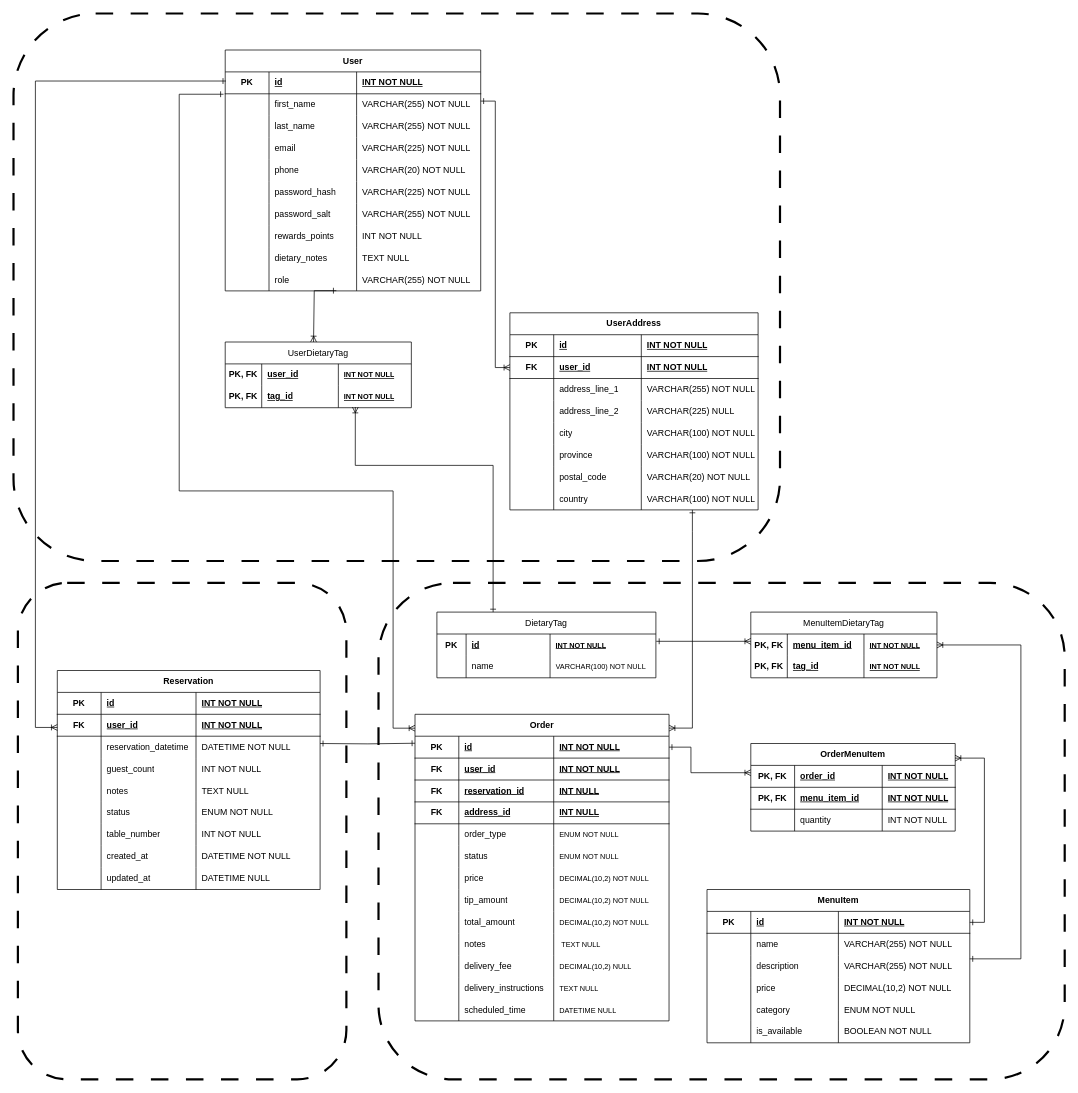
Before: page "Version 3" (1 of 3) of docs/ERD.drawio in Web-Development-UAlberta/exsm-3951-exsm-3943-spring-2025-python-c-project-team-restaurant-c, a draw.io diagram. Source tidied: cells renumbered, new cells numbered last; positions are measured from the earlier drawing's top-left corner, leaving out a move shared by most shapes. Both pictures are drawn from the tidied source at 73%, with x=0, y=0 at pixel (13, 13).
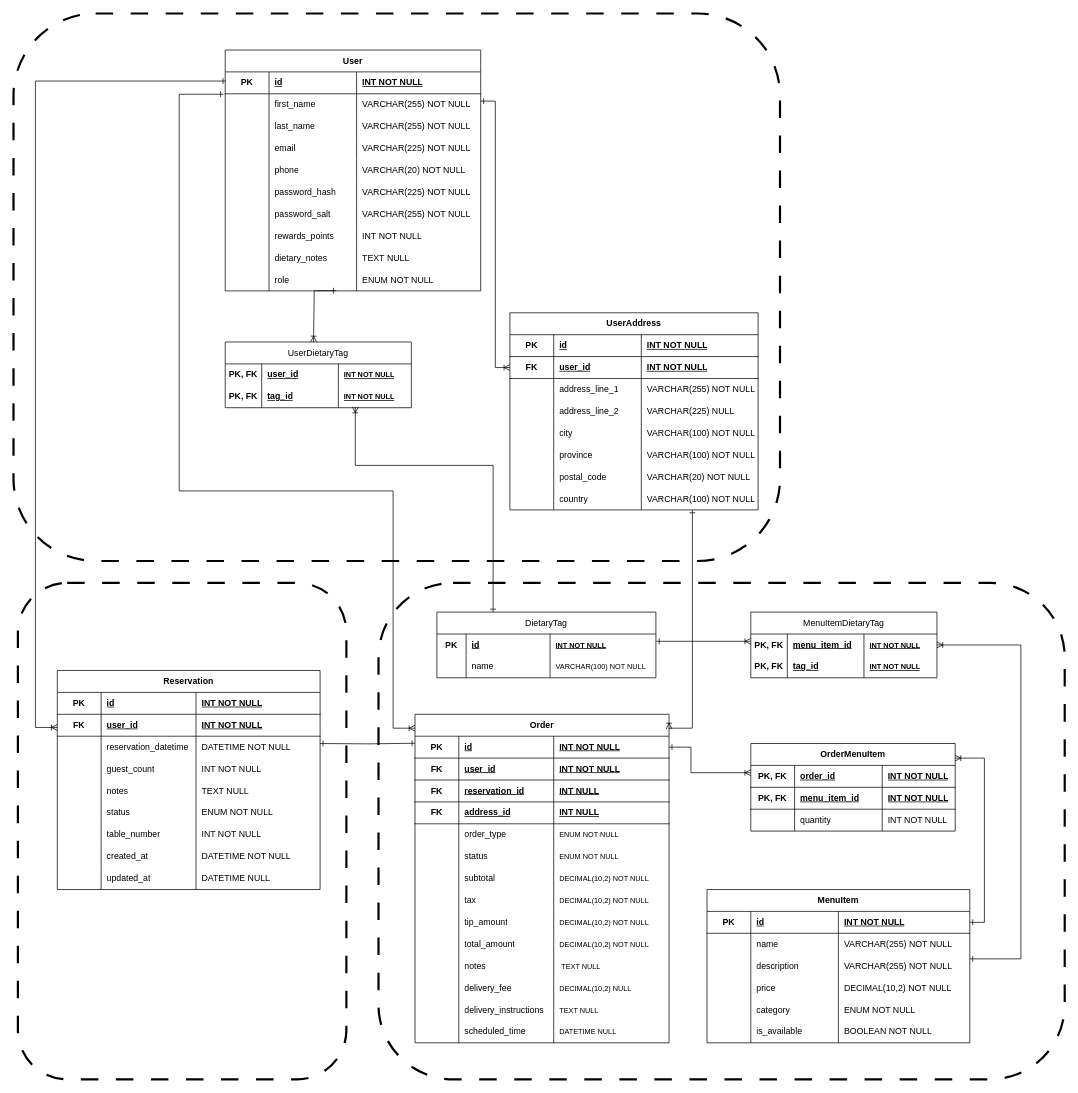
The same diagram, later.

Unchanged cells that the change refers to:
```xml
<mxCell id="69" style="shape=tableRow;horizontal=0;startSize=0;swimlaneHead=0;swimlaneBody=0;fillColor=none;points=[[0,0.5],[1,0.5]];portConstraint=eastwest;top=0;left=0;right=0;bottom=0;html=1;" parent="32" vertex="1">
  <mxGeometry y="300" width="350" height="30" as="geometry" />
</mxCell>
<mxCell id="169" style="shape=tableRow;horizontal=0;startSize=0;swimlaneHead=0;swimlaneBody=0;fillColor=none;top=0;left=0;right=0;bottom=0;html=1;" parent="144" vertex="1">
  <mxGeometry y="210" width="348" height="30" as="geometry" />
</mxCell>
<mxCell id="173" style="shape=tableRow;horizontal=0;startSize=0;swimlaneHead=0;swimlaneBody=0;fillColor=none;top=0;left=0;right=0;bottom=0;html=1;" parent="144" vertex="1">
  <mxGeometry y="240" width="348" height="30" as="geometry" />
</mxCell>
<mxCell id="177" style="shape=tableRow;horizontal=0;startSize=0;swimlaneHead=0;swimlaneBody=0;fillColor=none;top=0;left=0;right=0;bottom=0;html=1;" parent="144" vertex="1">
  <mxGeometry y="270" width="348" height="30" as="geometry" />
</mxCell>
<mxCell id="181" style="shape=tableRow;horizontal=0;startSize=0;swimlaneHead=0;swimlaneBody=0;fillColor=none;top=0;left=0;right=0;bottom=0;html=1;" parent="144" vertex="1">
  <mxGeometry y="300" width="348" height="30" as="geometry" />
</mxCell>
<mxCell id="185" style="shape=tableRow;horizontal=0;startSize=0;swimlaneHead=0;swimlaneBody=0;fillColor=none;top=0;left=0;right=0;bottom=0;html=1;" parent="144" vertex="1">
  <mxGeometry y="330" width="348" height="30" as="geometry" />
</mxCell>
<mxCell id="189" style="shape=tableRow;horizontal=0;startSize=0;swimlaneHead=0;swimlaneBody=0;fillColor=none;top=0;left=0;right=0;bottom=0;html=1;" parent="144" vertex="1">
  <mxGeometry y="360" width="348" height="30" as="geometry" />
</mxCell>
<mxCell id="193" style="shape=tableRow;horizontal=0;startSize=0;swimlaneHead=0;swimlaneBody=0;fillColor=none;top=0;left=0;right=0;bottom=0;html=1;" parent="144" vertex="1">
  <mxGeometry y="390" width="348" height="30" as="geometry" />
</mxCell>
```

Change to the diagram source:
```diff
@@
-    <mxCell id="72" value="VARCHAR(255)&lt;span style=&quot;color: rgb(0, 0, 0);&quot;&gt;&amp;nbsp;NOT NULL&lt;/span&gt;" style="shape=partialRectangle;fillColor=none;top=0;left=0;bottom=0;right=0;align=left;spacingLeft=6;overflow=hidden;html=1;whiteSpace=wrap;" parent="69" vertex="1">
+    <mxCell id="72" value="&lt;span style=&quot;color: rgb(0, 0, 0);&quot;&gt;ENUM NOT NULL&lt;/span&gt;" style="shape=partialRectangle;fillColor=none;top=0;left=0;bottom=0;right=0;align=left;spacingLeft=6;overflow=hidden;html=1;whiteSpace=wrap;" parent="69" vertex="1">
       <mxGeometry x="180" width="170" height="30" as="geometry" />
     </mxCell>
@@
     <mxCell id="144" value="Order" style="shape=table;startSize=30;childLayout=tableLayout;rowLines=0;fontStyle=1;align=center;html=1;whiteSpace=wrap;" parent="1" vertex="1">
-      <mxGeometry x="550" y="960" width="348" height="420" as="geometry" />
+      <mxGeometry x="550" y="960" width="348" height="450" as="geometry" />
     </mxCell>
@@
-    <mxCell id="171" value="price" style="shape=partialRectangle;fillColor=none;top=0;left=0;bottom=0;right=0;align=left;spacingLeft=6;overflow=hidden;html=1;whiteSpace=wrap;" parent="169" vertex="1">
+    <mxCell id="171" value="subtotal" style="shape=partialRectangle;fillColor=none;top=0;left=0;bottom=0;right=0;align=left;spacingLeft=6;overflow=hidden;html=1;whiteSpace=wrap;" parent="169" vertex="1">
       <mxGeometry x="60" width="130" height="30" as="geometry" />
     </mxCell>
@@
-    <mxCell id="175" value="tip_amount" style="shape=partialRectangle;fillColor=none;top=0;left=0;bottom=0;right=0;align=left;spacingLeft=6;overflow=hidden;html=1;whiteSpace=wrap;" parent="173" vertex="1">
+    <mxCell id="175" value="tax" style="shape=partialRectangle;fillColor=none;top=0;left=0;bottom=0;right=0;align=left;spacingLeft=6;overflow=hidden;html=1;whiteSpace=wrap;" parent="173" vertex="1">
       <mxGeometry x="60" width="130" height="30" as="geometry" />
     </mxCell>
@@
-    <mxCell id="179" value="total_amount" style="shape=partialRectangle;fillColor=none;top=0;left=0;bottom=0;right=0;align=left;spacingLeft=6;overflow=hidden;html=1;whiteSpace=wrap;" parent="177" vertex="1">
+    <mxCell id="179" value="&lt;span style=&quot;color: rgb(0, 0, 0);&quot;&gt;tip_amount&lt;/span&gt;" style="shape=partialRectangle;fillColor=none;top=0;left=0;bottom=0;right=0;align=left;spacingLeft=6;overflow=hidden;html=1;whiteSpace=wrap;" parent="177" vertex="1">
       <mxGeometry x="60" width="130" height="30" as="geometry" />
     </mxCell>
@@
-    <mxCell id="183" value="notes" style="shape=partialRectangle;fillColor=none;top=0;left=0;bottom=0;right=0;align=left;spacingLeft=6;overflow=hidden;html=1;whiteSpace=wrap;" parent="181" vertex="1">
+    <mxCell id="183" value="&lt;span style=&quot;color: rgb(0, 0, 0);&quot;&gt;total_amount&lt;/span&gt;" style="shape=partialRectangle;fillColor=none;top=0;left=0;bottom=0;right=0;align=left;spacingLeft=6;overflow=hidden;html=1;whiteSpace=wrap;" parent="181" vertex="1">
       <mxGeometry x="60" width="130" height="30" as="geometry" />
     </mxCell>
-    <mxCell id="184" value="&lt;span style=&quot;color: rgb(0, 0, 0); font-size: 10px;&quot;&gt;&amp;nbsp;TEXT NULL&lt;/span&gt;" style="shape=partialRectangle;fillColor=none;top=0;left=0;bottom=0;right=0;align=left;spacingLeft=6;overflow=hidden;html=1;whiteSpace=wrap;" parent="181" vertex="1">
+    <mxCell id="184" value="&lt;span style=&quot;color: rgb(0, 0, 0); font-size: 10px;&quot;&gt;DECIMAL(10,2) NOT NULL&lt;/span&gt;" style="shape=partialRectangle;fillColor=none;top=0;left=0;bottom=0;right=0;align=left;spacingLeft=6;overflow=hidden;html=1;whiteSpace=wrap;" parent="181" vertex="1">
       <mxGeometry x="190" width="158" height="30" as="geometry" />
     </mxCell>
@@
-    <mxCell id="187" value="delivery_fee" style="shape=partialRectangle;fillColor=none;top=0;left=0;bottom=0;right=0;align=left;spacingLeft=6;overflow=hidden;html=1;whiteSpace=wrap;" parent="185" vertex="1">
+    <mxCell id="187" value="&lt;span style=&quot;color: rgb(0, 0, 0);&quot;&gt;notes&lt;/span&gt;" style="shape=partialRectangle;fillColor=none;top=0;left=0;bottom=0;right=0;align=left;spacingLeft=6;overflow=hidden;html=1;whiteSpace=wrap;" parent="185" vertex="1">
       <mxGeometry x="60" width="130" height="30" as="geometry" />
     </mxCell>
-    <mxCell id="188" value="&lt;span style=&quot;color: rgb(0, 0, 0); font-size: 10px;&quot;&gt;DECIMAL(10,2) NULL&lt;/span&gt;" style="shape=partialRectangle;fillColor=none;top=0;left=0;bottom=0;right=0;align=left;spacingLeft=6;overflow=hidden;html=1;whiteSpace=wrap;" parent="185" vertex="1">
+    <mxCell id="188" value="&lt;span style=&quot;color: rgb(0, 0, 0); font-size: 10px;&quot;&gt;&amp;nbsp;TEXT NULL&lt;/span&gt;" style="shape=partialRectangle;fillColor=none;top=0;left=0;bottom=0;right=0;align=left;spacingLeft=6;overflow=hidden;html=1;whiteSpace=wrap;" parent="185" vertex="1">
       <mxGeometry x="190" width="158" height="30" as="geometry" />
     </mxCell>
@@
-    <mxCell id="191" value="delivery_instructions" style="shape=partialRectangle;fillColor=none;top=0;left=0;bottom=0;right=0;align=left;spacingLeft=6;overflow=hidden;html=1;whiteSpace=wrap;" parent="189" vertex="1">
+    <mxCell id="191" value="&lt;span style=&quot;color: rgb(0, 0, 0);&quot;&gt;delivery_fee&lt;/span&gt;" style="shape=partialRectangle;fillColor=none;top=0;left=0;bottom=0;right=0;align=left;spacingLeft=6;overflow=hidden;html=1;whiteSpace=wrap;" parent="189" vertex="1">
       <mxGeometry x="60" width="130" height="30" as="geometry" />
     </mxCell>
-    <mxCell id="192" value="&lt;span style=&quot;color: rgb(0, 0, 0); font-size: 10px;&quot;&gt;TEXT NULL&lt;/span&gt;" style="shape=partialRectangle;fillColor=none;top=0;left=0;bottom=0;right=0;align=left;spacingLeft=6;overflow=hidden;html=1;whiteSpace=wrap;" parent="189" vertex="1">
+    <mxCell id="192" value="&lt;span style=&quot;color: rgb(0, 0, 0); font-size: 10px;&quot;&gt;DECIMAL(10,2) NULL&lt;/span&gt;" style="shape=partialRectangle;fillColor=none;top=0;left=0;bottom=0;right=0;align=left;spacingLeft=6;overflow=hidden;html=1;whiteSpace=wrap;" parent="189" vertex="1">
       <mxGeometry x="190" width="158" height="30" as="geometry" />
     </mxCell>
@@
-    <mxCell id="195" value="scheduled_time" style="shape=partialRectangle;fillColor=none;top=0;left=0;bottom=0;right=0;align=left;spacingLeft=6;overflow=hidden;html=1;whiteSpace=wrap;" parent="193" vertex="1">
+    <mxCell id="195" value="&lt;span style=&quot;color: rgb(0, 0, 0);&quot;&gt;delivery_instructions&lt;/span&gt;" style="shape=partialRectangle;fillColor=none;top=0;left=0;bottom=0;right=0;align=left;spacingLeft=6;overflow=hidden;html=1;whiteSpace=wrap;" parent="193" vertex="1">
       <mxGeometry x="60" width="130" height="30" as="geometry" />
     </mxCell>
-    <mxCell id="196" value="&lt;span style=&quot;color: rgb(0, 0, 0); font-size: 10px;&quot;&gt;DATETIME NULL&lt;/span&gt;" style="shape=partialRectangle;fillColor=none;top=0;left=0;bottom=0;right=0;align=left;spacingLeft=6;overflow=hidden;html=1;whiteSpace=wrap;" parent="193" vertex="1">
+    <mxCell id="196" value="&lt;span style=&quot;color: rgb(0, 0, 0); font-size: 10px;&quot;&gt;TEXT NULL&lt;/span&gt;" style="shape=partialRectangle;fillColor=none;top=0;left=0;bottom=0;right=0;align=left;spacingLeft=6;overflow=hidden;html=1;whiteSpace=wrap;" parent="193" vertex="1">
       <mxGeometry x="190" width="158" height="30" as="geometry" />
     </mxCell>
+    <mxCell id="245" style="shape=tableRow;horizontal=0;startSize=0;swimlaneHead=0;swimlaneBody=0;fillColor=none;top=0;left=0;right=0;bottom=0;html=1;" parent="144" vertex="1">
+      <mxGeometry y="420" width="348" height="30" as="geometry" />
+    </mxCell>
+    <mxCell id="246" style="shape=partialRectangle;fillColor=none;top=0;left=0;bottom=0;right=0;overflow=hidden;html=1;whiteSpace=wrap;" parent="245" vertex="1">
+      <mxGeometry width="60" height="30" as="geometry" />
+    </mxCell>
+    <mxCell id="247" value="&lt;span style=&quot;color: rgb(0, 0, 0);&quot;&gt;scheduled_time&lt;/span&gt;" style="shape=partialRectangle;fillColor=none;top=0;left=0;bottom=0;right=0;align=left;spacingLeft=6;overflow=hidden;html=1;whiteSpace=wrap;" parent="245" vertex="1">
+      <mxGeometry x="60" width="130" height="30" as="geometry" />
+    </mxCell>
+    <mxCell id="248" value="&lt;span style=&quot;color: rgb(0, 0, 0); font-size: 10px;&quot;&gt;DATETIME NULL&lt;/span&gt;" style="shape=partialRectangle;fillColor=none;top=0;left=0;bottom=0;right=0;align=left;spacingLeft=6;overflow=hidden;html=1;whiteSpace=wrap;" parent="245" vertex="1">
+      <mxGeometry x="190" width="158" height="30" as="geometry" />
+    </mxCell>
```
